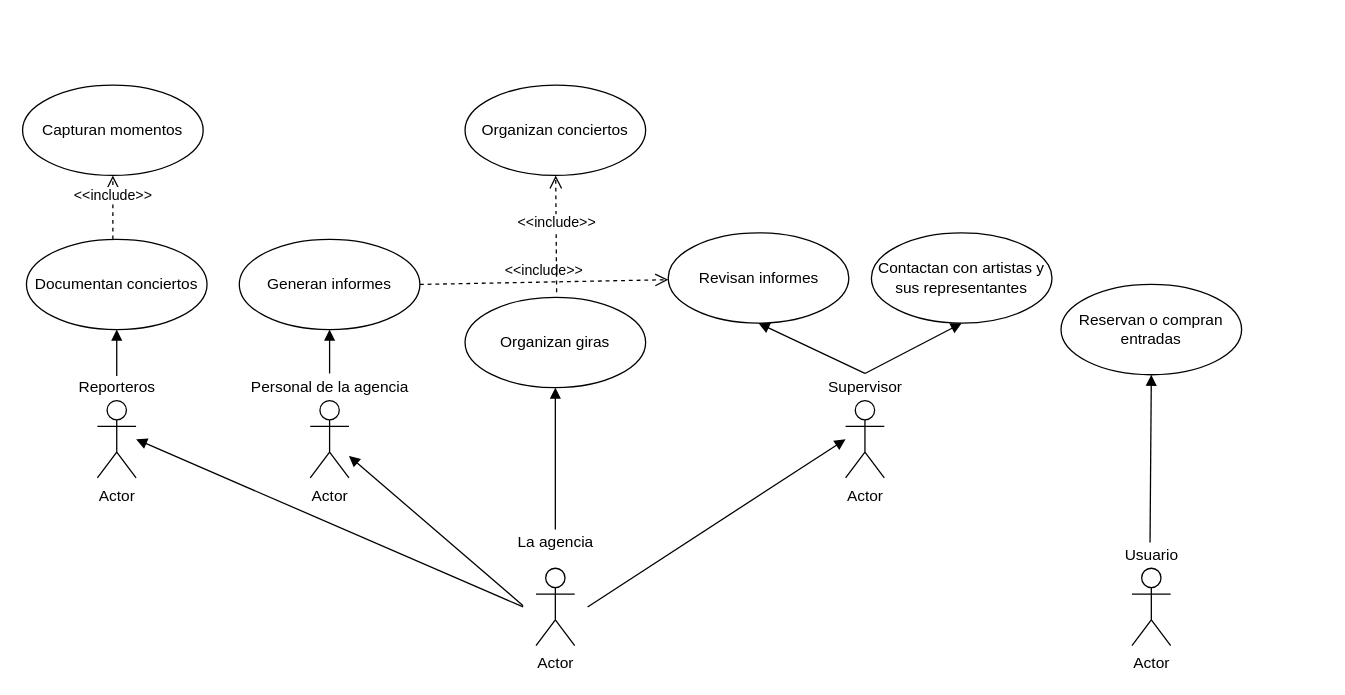
Earlier version of the draw.io diagram Casos de uso.drawio (Lusaka12/AgenciaConciertos). Source tidied: cells renumbered, new cells numbered last; positions are measured from the earlier drawing's top-left corner, leaving out a move shared by most shapes. Both pictures are drawn from the tidied source at 129%, with x=0, y=0 at pixel (22, 85).
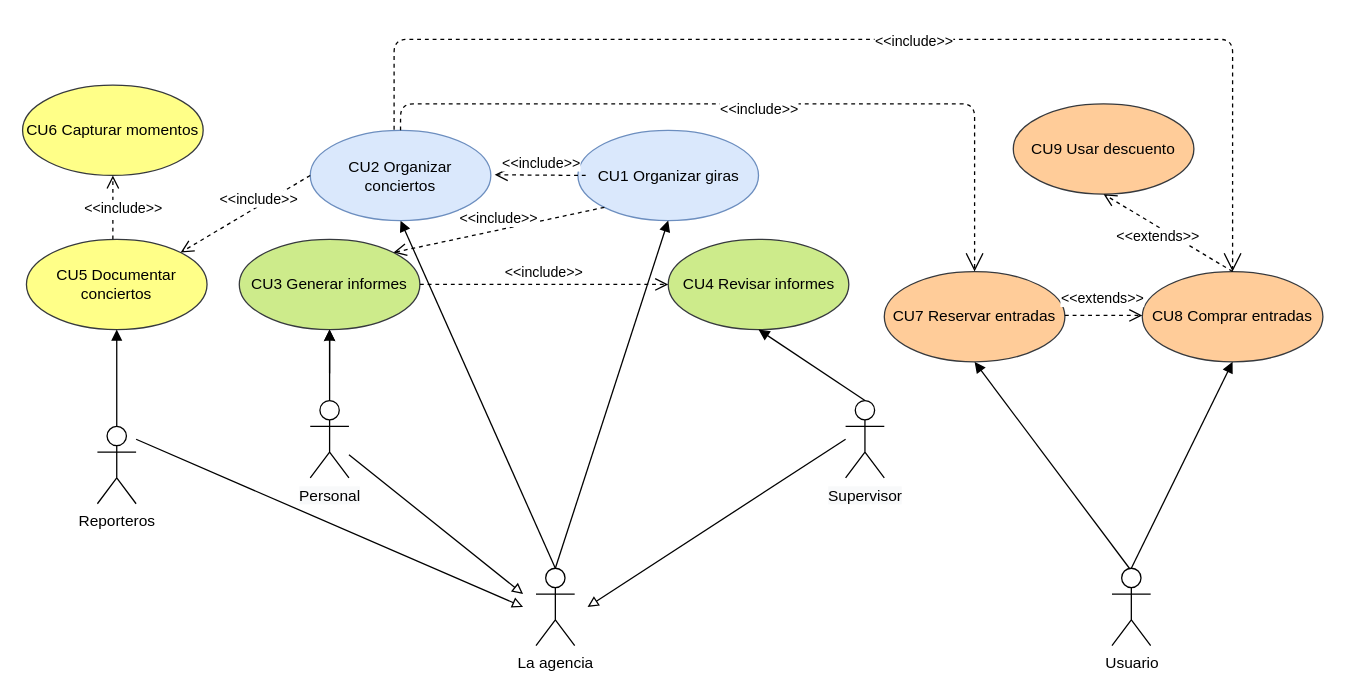
The same page after the edit.

Commit message:
Diagrama de casos de uso

What changed in the source:
```diff
@@
-    <mxCell id="2" value="La agencia" style="text;html=1;align=center;verticalAlign=middle;" parent="1" vertex="1">
-      <mxGeometry x="378" y="344" width="70" height="20" as="geometry" />
-    </mxCell>
-    <mxCell id="3" value="Actor" style="shape=umlActor;verticalLabelPosition=bottom;labelBackgroundColor=#ffffff;verticalAlign=top;html=1;" parent="1" vertex="1">
+    <mxCell id="3" value="La agencia" style="shape=umlActor;verticalLabelPosition=bottom;labelBackgroundColor=#ffffff;verticalAlign=top;html=1;" parent="1" vertex="1">
       <mxGeometry x="398" y="374" width="30" height="60" as="geometry" />
     </mxCell>
-    <mxCell id="4" value="Organizan conciertos" style="ellipse;whiteSpace=wrap;html=1;" parent="1" vertex="1">
-      <mxGeometry x="343" y="-0.5" width="140" height="70" as="geometry" />
+    <mxCell id="4" value="CU1 Organizar giras" style="ellipse;whiteSpace=wrap;html=1;fillColor=#dae8fc;strokeColor=#6c8ebf;" parent="1" vertex="1">
+      <mxGeometry x="430.5" y="34.5" width="140" height="70" as="geometry" />
     </mxCell>
+    <mxCell id="32" style="edgeStyle=orthogonalEdgeStyle;rounded=0;jettySize=auto;html=1;" parent="1" edge="1" source="5" target="11">
+      <mxGeometry relative="1" as="geometry" />
+    </mxCell>
-    <mxCell id="5" value="Actor" style="shape=umlActor;verticalLabelPosition=bottom;labelBackgroundColor=#ffffff;verticalAlign=top;html=1;" parent="1" vertex="1">
+    <mxCell id="5" value="&lt;span style=&quot;background-color: rgb(248 , 249 , 250)&quot;&gt;Personal&lt;/span&gt;" style="shape=umlActor;verticalLabelPosition=bottom;labelBackgroundColor=#ffffff;verticalAlign=top;html=1;" parent="1" vertex="1">
       <mxGeometry x="223" y="244" width="30" height="60" as="geometry" />
     </mxCell>
-    <mxCell id="6" value="Personal de la agencia" style="text;html=1;align=center;verticalAlign=middle;" parent="1" vertex="1">
-      <mxGeometry x="168" y="224" width="140" height="20" as="geometry" />
-    </mxCell>
-    <mxCell id="7" style="html=1;verticalAlign=bottom;endArrow=block;entryX=0.5;entryY=1;entryDx=0;entryDy=0;" parent="1" edge="1" target="10">
-      <mxGeometry relative="1" as="geometry">
-        <mxPoint x="413" y="344" as="sourcePoint" />
-      </mxGeometry>
+    <mxCell id="7" style="html=1;verticalAlign=bottom;endArrow=block;entryX=0.5;entryY=1;entryDx=0;entryDy=0;exitX=0.5;exitY=0;exitDx=0;exitDy=0;exitPerimeter=0;" parent="1" edge="1" source="3" target="10">
+      <mxGeometry relative="1" as="geometry" />
     </mxCell>
-    <mxCell id="8" value="Actor" style="shape=umlActor;verticalLabelPosition=bottom;labelBackgroundColor=#ffffff;verticalAlign=top;html=1;" parent="1" vertex="1">
+    <mxCell id="8" value="&lt;span style=&quot;background-color: rgb(248 , 249 , 250)&quot;&gt;Supervisor&lt;/span&gt;" style="shape=umlActor;verticalLabelPosition=bottom;labelBackgroundColor=#ffffff;verticalAlign=top;html=1;" parent="1" vertex="1">
       <mxGeometry x="638" y="244" width="30" height="60" as="geometry" />
     </mxCell>
-    <mxCell id="9" value="Supervisor" style="text;html=1;align=center;verticalAlign=middle;" parent="1" vertex="1">
-      <mxGeometry x="618" y="224" width="70" height="20" as="geometry" />
-    </mxCell>
-    <mxCell id="10" value="Organizan giras" style="ellipse;whiteSpace=wrap;html=1;" parent="1" vertex="1">
-      <mxGeometry x="343" y="164" width="140" height="70" as="geometry" />
+    <mxCell id="10" value="CU2 Organizar conciertos" style="ellipse;whiteSpace=wrap;html=1;fillColor=#dae8fc;strokeColor=#6c8ebf;" parent="1" vertex="1">
+      <mxGeometry x="223" y="34.5" width="140" height="70" as="geometry" />
     </mxCell>
-    <mxCell id="11" value="Generan informes" style="ellipse;whiteSpace=wrap;html=1;" parent="1" vertex="1">
+    <mxCell id="11" value="CU3 Generar informes" style="ellipse;whiteSpace=wrap;html=1;fillColor=#cdeb8b;strokeColor=#36393d;" parent="1" vertex="1">
       <mxGeometry x="168" y="119" width="140" height="70" as="geometry" />
     </mxCell>
-    <mxCell id="12" value="Revisan informes" style="ellipse;whiteSpace=wrap;html=1;" parent="1" vertex="1">
-      <mxGeometry x="500.5" y="114" width="140" height="70" as="geometry" />
+    <mxCell id="12" value="CU4 Revisar informes" style="ellipse;whiteSpace=wrap;html=1;fillColor=#cdeb8b;strokeColor=#36393d;" parent="1" vertex="1">
+      <mxGeometry x="500.5" y="119" width="140" height="70" as="geometry" />
     </mxCell>
-    <mxCell id="13" value="Contactan con artistas y sus representantes" style="ellipse;whiteSpace=wrap;html=1;" parent="1" vertex="1">
-      <mxGeometry x="658" y="114" width="140" height="70" as="geometry" />
-    </mxCell>
-    <mxCell id="14" value="Actor" style="shape=umlActor;verticalLabelPosition=bottom;labelBackgroundColor=#ffffff;verticalAlign=top;html=1;" parent="1" vertex="1">
-      <mxGeometry x="860" y="374" width="30" height="60" as="geometry" />
+    <mxCell id="14" value="Usuario" style="shape=umlActor;verticalLabelPosition=bottom;labelBackgroundColor=#ffffff;verticalAlign=top;html=1;" parent="1" vertex="1">
+      <mxGeometry x="844.5" y="374" width="30" height="60" as="geometry" />
     </mxCell>
-    <mxCell id="15" value="Usuario" style="text;html=1;align=center;verticalAlign=middle;" parent="1" vertex="1">
-      <mxGeometry x="845" y="354" width="60" height="20" as="geometry" />
-    </mxCell>
-    <mxCell id="16" value="Reservan o compran entradas" style="ellipse;whiteSpace=wrap;html=1;" parent="1" vertex="1">
-      <mxGeometry x="805" y="154" width="140" height="70" as="geometry" />
+    <mxCell id="16" value="CU8 Comprar entradas" style="ellipse;whiteSpace=wrap;html=1;fillColor=#ffcc99;strokeColor=#36393d;" parent="1" vertex="1">
+      <mxGeometry x="868" y="144" width="140" height="70" as="geometry" />
     </mxCell>
-    <mxCell id="17" value="Actor" style="shape=umlActor;verticalLabelPosition=bottom;labelBackgroundColor=#ffffff;verticalAlign=top;html=1;" parent="1" vertex="1">
-      <mxGeometry x="58" y="244" width="30" height="60" as="geometry" />
+    <mxCell id="17" value="Reporteros" style="shape=umlActor;verticalLabelPosition=bottom;labelBackgroundColor=#ffffff;verticalAlign=top;html=1;" parent="1" vertex="1">
+      <mxGeometry x="58" y="264" width="30" height="60" as="geometry" />
     </mxCell>
-    <mxCell id="18" value="Reporteros" style="text;html=1;align=center;verticalAlign=middle;" parent="1" vertex="1">
-      <mxGeometry x="38" y="224" width="70" height="20" as="geometry" />
-    </mxCell>
-    <mxCell id="19" value="Documentan conciertos" style="ellipse;whiteSpace=wrap;html=1;" parent="1" vertex="1">
+    <mxCell id="19" value="CU5 Documentar conciertos" style="ellipse;whiteSpace=wrap;html=1;fillColor=#ffff88;strokeColor=#36393d;" parent="1" vertex="1">
       <mxGeometry x="3" y="119" width="140" height="70" as="geometry" />
     </mxCell>
-    <mxCell id="20" style="html=1;verticalAlign=bottom;endArrow=block;" parent="1" edge="1" target="5">
+    <mxCell id="20" style="html=1;verticalAlign=bottom;endArrow=block;endFill=0;" parent="1" edge="1" source="5">
       <mxGeometry relative="1" as="geometry">
-        <mxPoint x="388" y="403" as="sourcePoint" />
+        <mxPoint x="388" y="394" as="targetPoint" />
       </mxGeometry>
     </mxCell>
-    <mxCell id="21" style="html=1;verticalAlign=bottom;endArrow=block;" parent="1" edge="1">
+    <mxCell id="21" style="html=1;verticalAlign=bottom;endArrow=block;endFill=0;" parent="1" edge="1">
       <mxGeometry relative="1" as="geometry">
-        <mxPoint x="388" y="404" as="sourcePoint" />
-        <mxPoint x="88" y="274" as="targetPoint" />
+        <mxPoint x="88" y="274" as="sourcePoint" />
+        <mxPoint x="388" y="404" as="targetPoint" />
       </mxGeometry>
     </mxCell>
-    <mxCell id="22" style="html=1;verticalAlign=bottom;endArrow=block;" parent="1" edge="1">
+    <mxCell id="22" style="html=1;verticalAlign=bottom;endArrow=block;endFill=0;" parent="1" edge="1">
       <mxGeometry relative="1" as="geometry">
-        <mxPoint x="438" y="404" as="sourcePoint" />
-        <mxPoint x="638" y="274" as="targetPoint" />
+        <mxPoint x="638" y="274" as="sourcePoint" />
+        <mxPoint x="438" y="404" as="targetPoint" />
       </mxGeometry>
     </mxCell>
-    <mxCell id="23" style="html=1;verticalAlign=bottom;endArrow=block;entryX=0.5;entryY=1;entryDx=0;entryDy=0;" parent="1" edge="1" target="19">
-      <mxGeometry relative="1" as="geometry">
-        <mxPoint x="73" y="225" as="sourcePoint" />
-      </mxGeometry>
+    <mxCell id="23" style="html=1;verticalAlign=bottom;endArrow=block;entryX=0.5;entryY=1;entryDx=0;entryDy=0;exitX=0.5;exitY=0;exitDx=0;exitDy=0;exitPerimeter=0;" parent="1" edge="1" source="17" target="19">
+      <mxGeometry relative="1" as="geometry" />
     </mxCell>
-    <mxCell id="24" style="html=1;verticalAlign=bottom;endArrow=block;entryX=0.5;entryY=1;entryDx=0;entryDy=0;" parent="1" edge="1" target="16">
-      <mxGeometry relative="1" as="geometry">
-        <mxPoint x="874" y="354" as="sourcePoint" />
-      </mxGeometry>
+    <mxCell id="24" style="html=1;verticalAlign=bottom;endArrow=block;entryX=0.5;entryY=1;entryDx=0;entryDy=0;exitX=0.5;exitY=0;exitDx=0;exitDy=0;exitPerimeter=0;" parent="1" edge="1" source="14" target="16">
+      <mxGeometry relative="1" as="geometry" />
     </mxCell>
-    <mxCell id="25" style="html=1;verticalAlign=bottom;endArrow=block;entryX=0.5;entryY=1;entryDx=0;entryDy=0;" parent="1" edge="1" target="13">
-      <mxGeometry relative="1" as="geometry">
-        <mxPoint x="653" y="223" as="sourcePoint" />
-      </mxGeometry>
-    </mxCell>
-    <mxCell id="26" style="html=1;verticalAlign=bottom;endArrow=block;entryX=0.5;entryY=1;entryDx=0;entryDy=0;" parent="1" edge="1" target="12">
-      <mxGeometry relative="1" as="geometry">
-        <mxPoint x="653" y="223" as="sourcePoint" />
-      </mxGeometry>
+    <mxCell id="26" style="html=1;verticalAlign=bottom;endArrow=block;entryX=0.5;entryY=1;entryDx=0;entryDy=0;exitX=0.5;exitY=0;exitDx=0;exitDy=0;exitPerimeter=0;" parent="1" edge="1" source="8" target="12">
+      <mxGeometry relative="1" as="geometry" />
     </mxCell>
@@
-    <mxCell id="28" value="Capturan momentos" style="ellipse;whiteSpace=wrap;html=1;" parent="1" vertex="1">
+    <mxCell id="28" value="CU6 Capturar momentos" style="ellipse;whiteSpace=wrap;html=1;fillColor=#ffff88;strokeColor=#36393d;" parent="1" vertex="1">
       <mxGeometry y="-0.5" width="140" height="70" as="geometry" />
     </mxCell>
     <mxCell id="29" value="&amp;lt;&amp;lt;include&amp;gt;&amp;gt;" style="html=1;verticalAlign=bottom;endArrow=open;dashed=1;endSize=8;entryX=0.5;entryY=1;entryDx=0;entryDy=0;" parent="1" edge="1" target="28">
-      <mxGeometry relative="1" as="geometry">
+      <mxGeometry x="-0.39" y="-8" relative="1" as="geometry">
         <mxPoint x="70" y="119" as="sourcePoint" />
       </mxGeometry>
     </mxCell>
@@
-    <mxCell id="31" value="&amp;lt;&amp;lt;include&amp;gt;&amp;gt;" style="html=1;verticalAlign=bottom;endArrow=open;dashed=1;endSize=8;" parent="1" edge="1" target="4">
+    <mxCell id="31" value="&amp;lt;&amp;lt;include&amp;gt;&amp;gt;" style="html=1;verticalAlign=bottom;endArrow=open;dashed=1;endSize=8;exitX=0.043;exitY=0.5;exitDx=0;exitDy=0;exitPerimeter=0;" parent="1" edge="1" source="4">
       <mxGeometry relative="1" as="geometry">
-        <mxPoint x="414" y="160" as="sourcePoint" />
+        <mxPoint x="366" y="69" as="targetPoint" />
       </mxGeometry>
     </mxCell>
+    <mxCell id="33" style="html=1;verticalAlign=bottom;endArrow=block;entryX=0.5;entryY=1;entryDx=0;entryDy=0;exitX=0.5;exitY=0;exitDx=0;exitDy=0;exitPerimeter=0;" parent="1" edge="1" source="3" target="4">
+      <mxGeometry relative="1" as="geometry" />
+    </mxCell>
+    <mxCell id="34" value="&amp;lt;&amp;lt;include&amp;gt;&amp;gt;" style="html=1;verticalAlign=bottom;endArrow=open;dashed=1;endSize=8;exitX=0;exitY=1;exitDx=0;exitDy=0;entryX=1;entryY=0;entryDx=0;entryDy=0;" parent="1" edge="1" source="4" target="11">
+      <mxGeometry relative="1" as="geometry" />
+    </mxCell>
+    <mxCell id="35" value="CU7 Reservar entradas" style="ellipse;whiteSpace=wrap;html=1;fillColor=#ffcc99;strokeColor=#36393d;" parent="1" vertex="1">
+      <mxGeometry x="668" y="144" width="140" height="70" as="geometry" />
+    </mxCell>
+    <mxCell id="36" style="html=1;verticalAlign=bottom;endArrow=block;entryX=0.5;entryY=1;entryDx=0;entryDy=0;" parent="1" edge="1" target="35">
+      <mxGeometry relative="1" as="geometry">
+        <mxPoint x="858" y="374" as="sourcePoint" />
+      </mxGeometry>
+    </mxCell>
+    <mxCell id="37" value="&amp;lt;&amp;lt;include&amp;gt;&amp;gt;" style="html=1;verticalAlign=bottom;endArrow=open;dashed=1;endSize=8;exitX=0;exitY=0.5;exitDx=0;exitDy=0;entryX=1;entryY=0;entryDx=0;entryDy=0;" parent="1" edge="1" source="10" target="19">
+      <mxGeometry x="-0.18" y="3" relative="1" as="geometry" />
+    </mxCell>
+    <mxCell id="38" value="&amp;lt;&amp;lt;extends&amp;gt;&amp;gt;" style="html=1;verticalAlign=bottom;endArrow=open;dashed=1;endSize=8;" parent="1" edge="1">
+      <mxGeometry y="4" relative="1" as="geometry">
+        <mxPoint x="808" y="178" as="sourcePoint" />
+        <mxPoint x="868" y="178" as="targetPoint" />
+        <mxPoint x="-1" as="offset" />
+      </mxGeometry>
+    </mxCell>
+    <mxCell id="39" value="&lt;font style=&quot;font-size: 11px&quot;&gt;&amp;lt;&amp;lt;include&amp;gt;&amp;gt;&lt;/font&gt;" style="endArrow=open;endSize=12;dashed=1;html=1;exitX=0.5;exitY=0;exitDx=0;exitDy=0;entryX=0.5;entryY=0;entryDx=0;entryDy=0;edgeStyle=orthogonalEdgeStyle;fontSize=24;" parent="1" edge="1" source="10" target="35">
+      <mxGeometry relative="1" as="geometry">
+        <Array as="points">
+          <mxPoint x="293" y="14" />
+          <mxPoint x="738" y="14" />
+        </Array>
+      </mxGeometry>
+    </mxCell>
+    <mxCell id="40" value="&lt;font style=&quot;font-size: 11px&quot;&gt;&amp;lt;&amp;lt;include&amp;gt;&amp;gt;&lt;/font&gt;" style="endArrow=open;endSize=12;dashed=1;html=1;entryX=0.5;entryY=0;entryDx=0;entryDy=0;edgeStyle=orthogonalEdgeStyle;fontSize=19;" parent="1" edge="1" target="16">
+      <mxGeometry x="0.05" relative="1" as="geometry">
+        <mxPoint x="288" y="34" as="sourcePoint" />
+        <Array as="points">
+          <mxPoint x="288" y="-36" />
+          <mxPoint x="938" y="-36" />
+        </Array>
+      </mxGeometry>
+    </mxCell>
+    <mxCell id="41" value="CU9 Usar descuento" style="ellipse;whiteSpace=wrap;html=1;fillColor=#ffcc99;strokeColor=#36393d;" parent="1" vertex="1">
+      <mxGeometry x="768" y="14" width="140" height="70" as="geometry" />
+    </mxCell>
+    <mxCell id="42" value="&amp;lt;&amp;lt;extends&amp;gt;&amp;gt;" style="html=1;verticalAlign=bottom;endArrow=open;dashed=1;endSize=8;exitX=0.5;exitY=0;exitDx=0;exitDy=0;entryX=0.5;entryY=1;entryDx=0;entryDy=0;" parent="1" edge="1" source="16" target="41">
+      <mxGeometry y="14" relative="1" as="geometry">
+        <mxPoint x="-1" as="offset" />
+      </mxGeometry>
+    </mxCell>
```
